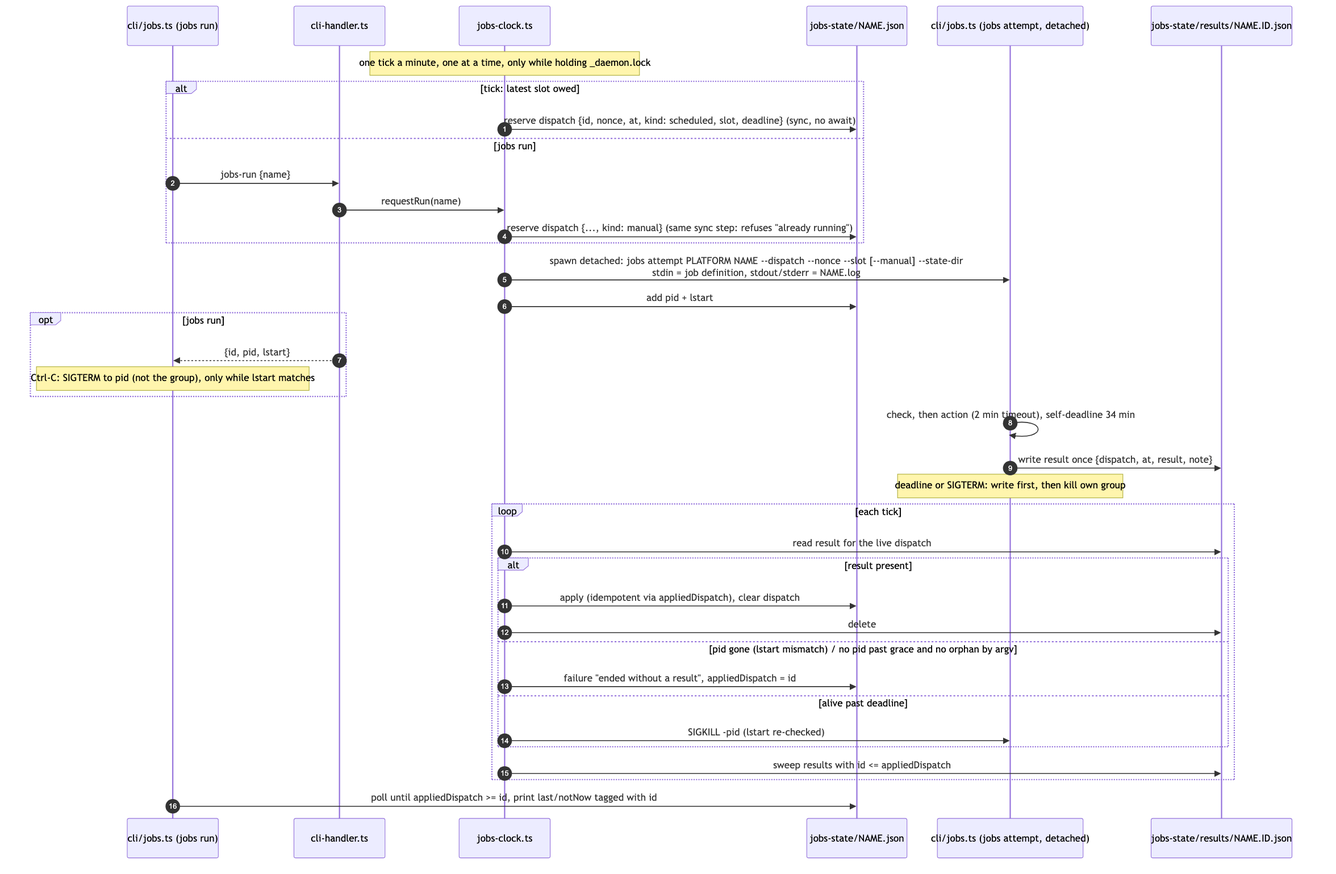
The Mermaid diagram diagrams/flow-jobs-dispatch.png in sf8193/hydra, before a commit. Its source is kept beside it as diagrams/flow-jobs-dispatch.mmd.
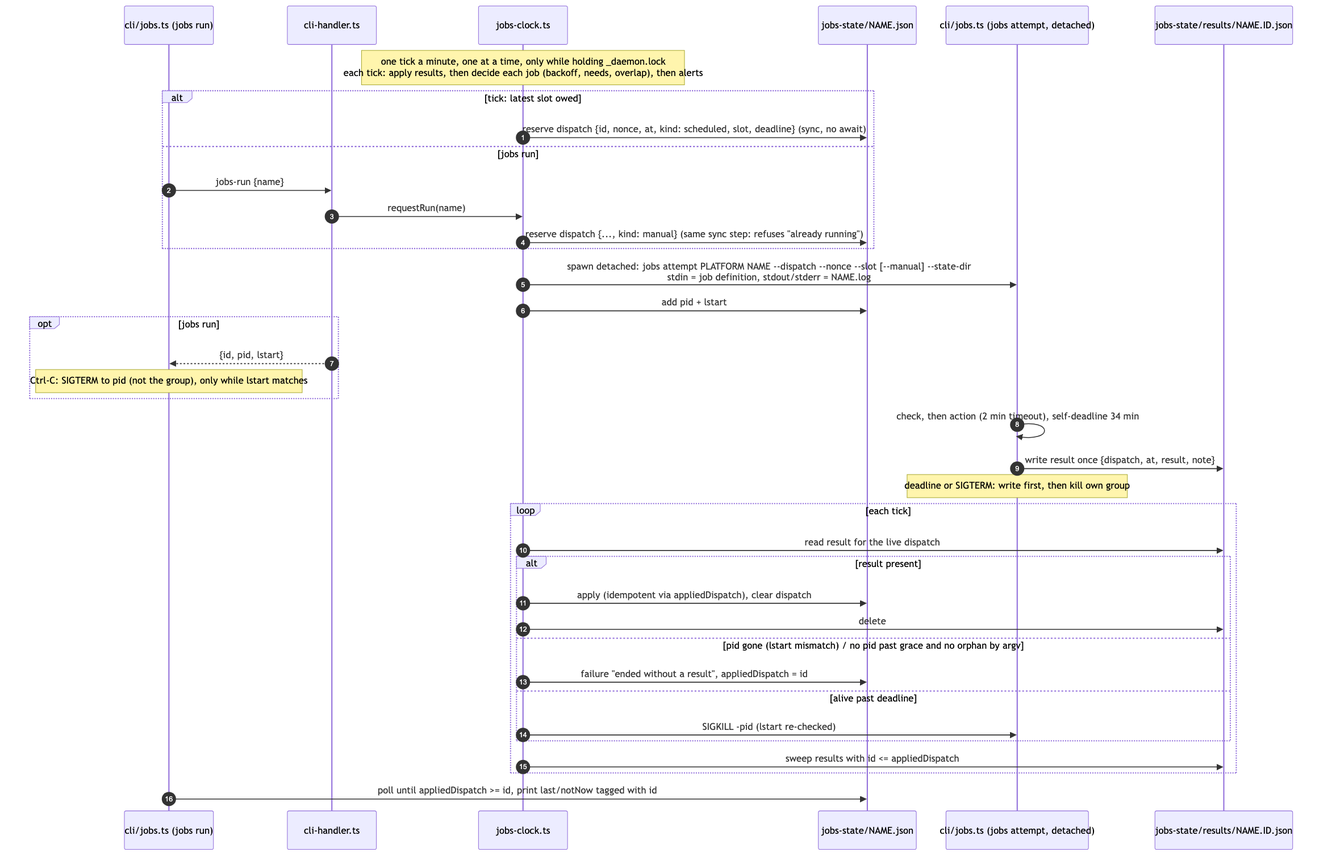
The same diagram one commit later.

Diff of the diagram source:
```diff
@@ -7,7 +7,7 @@
     participant A as cli/jobs.ts (jobs attempt, detached)
     participant R as jobs-state/results/NAME.ID.json
 
-    Note over C: one tick a minute, one at a time, only while holding _daemon.lock
+    Note over C: one tick a minute, one at a time, only while holding _daemon.lock<br/>each tick: apply results, then decide each job (backoff, needs, overlap), then alerts
     alt tick: latest slot owed
         C->>S: reserve dispatch {id, nonce, at, kind: scheduled, slot, deadline} (sync, no await)
     else jobs run
```
